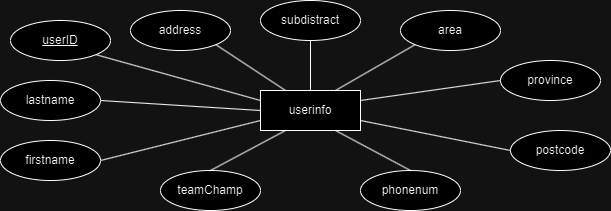
This is InternshipProj/ER.png from MackyVZ1/Internship_Veerapat, a draw.io export, as it was before one commit. Source tidied: cells renumbered, new cells last; positions are measured from the earlier drawing's top-left corner, leaving out a move shared by most shapes. Its diagram source:
```xml
<mxGraphModel>
  <root>
    <mxCell id="0" />
    <mxCell id="1" parent="0" />
    <mxCell id="2" value="userinfo" style="whiteSpace=wrap;html=1;align=center;" parent="1" vertex="1">
      <mxGeometry x="260" y="90" width="100" height="40" as="geometry" />
    </mxCell>
    <mxCell id="3" value="address" style="ellipse;whiteSpace=wrap;html=1;align=center;" parent="1" vertex="1">
      <mxGeometry x="130" y="10" width="100" height="40" as="geometry" />
    </mxCell>
    <mxCell id="4" value="subdistract" style="ellipse;whiteSpace=wrap;html=1;align=center;" parent="1" vertex="1">
      <mxGeometry x="260" width="100" height="40" as="geometry" />
    </mxCell>
    <mxCell id="5" value="area" style="ellipse;whiteSpace=wrap;html=1;align=center;" parent="1" vertex="1">
      <mxGeometry x="400" y="10" width="100" height="40" as="geometry" />
    </mxCell>
    <mxCell id="6" value="province" style="ellipse;whiteSpace=wrap;html=1;align=center;" parent="1" vertex="1">
      <mxGeometry x="500" y="60" width="100" height="40" as="geometry" />
    </mxCell>
    <mxCell id="7" value="postcode" style="ellipse;whiteSpace=wrap;html=1;align=center;" parent="1" vertex="1">
      <mxGeometry x="510" y="130" width="100" height="40" as="geometry" />
    </mxCell>
    <mxCell id="8" value="phonenum" style="ellipse;whiteSpace=wrap;html=1;align=center;" parent="1" vertex="1">
      <mxGeometry x="360" y="170" width="100" height="40" as="geometry" />
    </mxCell>
    <mxCell id="9" value="teamChamp" style="ellipse;whiteSpace=wrap;html=1;align=center;" parent="1" vertex="1">
      <mxGeometry x="160" y="170" width="100" height="40" as="geometry" />
    </mxCell>
    <mxCell id="10" style="endArrow=none;html=1;rounded=0;exitX=1;exitY=0.5;exitDx=0;exitDy=0;entryX=0;entryY=0.75;entryDx=0;entryDy=0;" parent="1" edge="1" source="19" target="2">
      <mxGeometry relative="1" as="geometry" />
    </mxCell>
    <mxCell id="11" style="endArrow=none;html=1;rounded=0;exitX=1;exitY=0.5;exitDx=0;exitDy=0;entryX=0;entryY=0.5;entryDx=0;entryDy=0;" parent="1" edge="1" source="20" target="2">
      <mxGeometry relative="1" as="geometry" />
    </mxCell>
    <mxCell id="12" style="endArrow=none;html=1;rounded=0;exitX=1;exitY=1;exitDx=0;exitDy=0;entryX=0.25;entryY=0;entryDx=0;entryDy=0;" parent="1" edge="1" source="3" target="2">
      <mxGeometry relative="1" as="geometry" />
    </mxCell>
    <mxCell id="13" style="endArrow=none;html=1;rounded=0;exitX=0.5;exitY=1;exitDx=0;exitDy=0;entryX=0.5;entryY=0;entryDx=0;entryDy=0;" parent="1" edge="1" source="4" target="2">
      <mxGeometry relative="1" as="geometry" />
    </mxCell>
    <mxCell id="14" style="endArrow=none;html=1;rounded=0;exitX=0.75;exitY=0;exitDx=0;exitDy=0;entryX=0;entryY=1;entryDx=0;entryDy=0;" parent="1" edge="1" source="2" target="5">
      <mxGeometry relative="1" as="geometry" />
    </mxCell>
    <mxCell id="15" style="endArrow=none;html=1;rounded=0;exitX=1;exitY=0.25;exitDx=0;exitDy=0;entryX=0;entryY=0.5;entryDx=0;entryDy=0;" parent="1" edge="1" source="2" target="6">
      <mxGeometry relative="1" as="geometry" />
    </mxCell>
    <mxCell id="16" style="endArrow=none;html=1;rounded=0;exitX=1;exitY=0.75;exitDx=0;exitDy=0;entryX=0;entryY=0.5;entryDx=0;entryDy=0;" parent="1" edge="1" source="2" target="7">
      <mxGeometry relative="1" as="geometry" />
    </mxCell>
    <mxCell id="17" style="endArrow=none;html=1;rounded=0;exitX=0.5;exitY=0;exitDx=0;exitDy=0;entryX=0.25;entryY=1;entryDx=0;entryDy=0;" parent="1" edge="1" source="9" target="2">
      <mxGeometry relative="1" as="geometry" />
    </mxCell>
    <mxCell id="18" style="endArrow=none;html=1;rounded=0;exitX=0.75;exitY=1;exitDx=0;exitDy=0;entryX=0.5;entryY=0;entryDx=0;entryDy=0;" parent="1" edge="1" source="2" target="8">
      <mxGeometry relative="1" as="geometry" />
    </mxCell>
    <mxCell id="19" value="firstname" style="ellipse;whiteSpace=wrap;html=1;align=center;" parent="1" vertex="1">
      <mxGeometry y="140" width="100" height="40" as="geometry" />
    </mxCell>
    <mxCell id="20" value="lastname" style="ellipse;whiteSpace=wrap;html=1;align=center;" parent="1" vertex="1">
      <mxGeometry y="80" width="100" height="40" as="geometry" />
    </mxCell>
    <mxCell id="21" value="userID" style="ellipse;whiteSpace=wrap;html=1;align=center;fontStyle=4;" parent="1" vertex="1">
      <mxGeometry x="10" y="20" width="100" height="40" as="geometry" />
    </mxCell>
    <mxCell id="22" style="endArrow=none;html=1;rounded=0;exitX=1;exitY=1;exitDx=0;exitDy=0;entryX=0;entryY=0.25;entryDx=0;entryDy=0;" parent="1" edge="1" source="21" target="2">
      <mxGeometry relative="1" as="geometry" />
    </mxCell>
  </root>
</mxGraphModel>
```
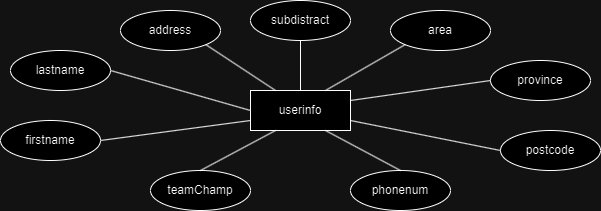
The same file after the commit.

What changed in the source:
```diff
@@ -54,16 +54,10 @@
       <mxGeometry relative="1" as="geometry" />
     </mxCell>
     <mxCell id="19" value="firstname" style="ellipse;whiteSpace=wrap;html=1;align=center;" parent="1" vertex="1">
-      <mxGeometry y="140" width="100" height="40" as="geometry" />
+      <mxGeometry x="10" y="120" width="100" height="40" as="geometry" />
     </mxCell>
     <mxCell id="20" value="lastname" style="ellipse;whiteSpace=wrap;html=1;align=center;" parent="1" vertex="1">
-      <mxGeometry y="80" width="100" height="40" as="geometry" />
+      <mxGeometry x="20" y="50" width="100" height="40" as="geometry" />
     </mxCell>
-    <mxCell id="21" value="userID" style="ellipse;whiteSpace=wrap;html=1;align=center;fontStyle=4;" parent="1" vertex="1">
-      <mxGeometry x="10" y="20" width="100" height="40" as="geometry" />
-    </mxCell>
-    <mxCell id="22" style="endArrow=none;html=1;rounded=0;exitX=1;exitY=1;exitDx=0;exitDy=0;entryX=0;entryY=0.25;entryDx=0;entryDy=0;" parent="1" edge="1" source="21" target="2">
-      <mxGeometry relative="1" as="geometry" />
-    </mxCell>
   </root>
 </mxGraphModel>
```
